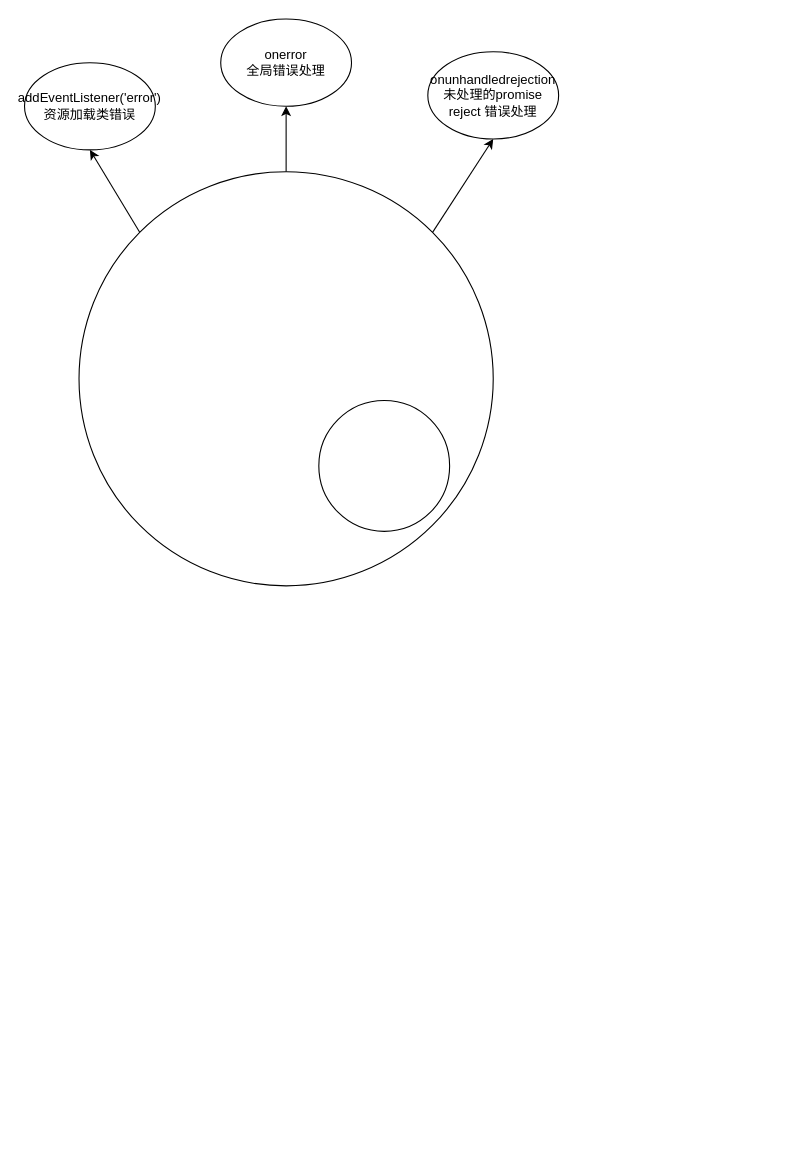
This is 错误处理相关图片.drawio from chaijinsong/draw.io, a draw.io file, before an edit. Source tidied: cells renumbered, new cells numbered last; positions are measured from the earlier drawing's top-left corner, leaving out a move shared by most shapes. Both pictures are drawn from the tidied source at 109%, with x=0, y=0 at pixel (24, 19).
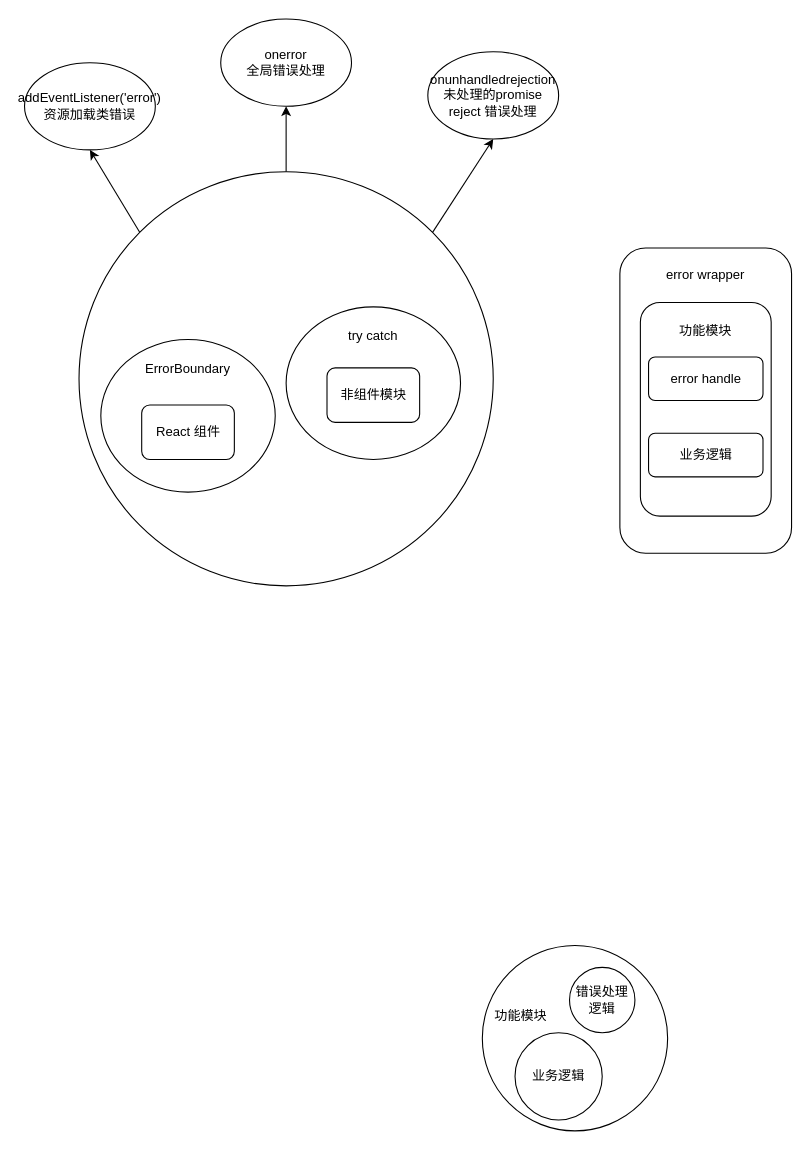
The same diagram, later.

Commit message (it also covers changes not shown here):
更新错误处理相关图片.drawio

Diff of the diagram source:
```diff
@@
-    <mxCell id="6" style="ellipse;whiteSpace=wrap;html=1;" parent="1" vertex="1">
-      <mxGeometry x="270" y="350" width="120" height="120" as="geometry" />
-    </mxCell>
@@
+    <mxCell id="10" value="ErrorBoundary&lt;div&gt;&lt;br&gt;&lt;/div&gt;&lt;div&gt;&lt;br&gt;&lt;/div&gt;&lt;div&gt;&lt;br&gt;&lt;/div&gt;&lt;div&gt;&lt;br&gt;&lt;/div&gt;&lt;div&gt;&lt;br&gt;&lt;/div&gt;&lt;div&gt;&lt;br&gt;&lt;/div&gt;" style="ellipse;whiteSpace=wrap;html=1;" parent="1" vertex="1">
+      <mxGeometry x="70" y="294" width="160" height="140" as="geometry" />
+    </mxCell>
+    <mxCell id="11" value="try catch&lt;div&gt;&lt;br&gt;&lt;/div&gt;&lt;div&gt;&lt;br&gt;&lt;/div&gt;&lt;div&gt;&lt;br&gt;&lt;/div&gt;&lt;div&gt;&lt;br&gt;&lt;/div&gt;&lt;div&gt;&lt;br&gt;&lt;/div&gt;&lt;div&gt;&lt;br&gt;&lt;/div&gt;" style="ellipse;whiteSpace=wrap;html=1;" parent="1" vertex="1">
+      <mxGeometry x="240" y="264" width="160" height="140" as="geometry" />
+    </mxCell>
+    <mxCell id="12" value="React 组件" style="rounded=1;whiteSpace=wrap;html=1;" parent="1" vertex="1">
+      <mxGeometry x="107.5" y="354" width="85" height="50" as="geometry" />
+    </mxCell>
+    <mxCell id="13" value="非组件模块" style="rounded=1;whiteSpace=wrap;html=1;" parent="1" vertex="1">
+      <mxGeometry x="277.5" y="320" width="85" height="50" as="geometry" />
+    </mxCell>
+    <mxCell id="14" value="error wrapper&lt;div&gt;&lt;br&gt;&lt;/div&gt;&lt;div&gt;&lt;br&gt;&lt;/div&gt;&lt;div&gt;&lt;br&gt;&lt;/div&gt;&lt;div&gt;&lt;br&gt;&lt;/div&gt;&lt;div&gt;&lt;br&gt;&lt;/div&gt;&lt;div&gt;&lt;br&gt;&lt;/div&gt;&lt;div&gt;&lt;br&gt;&lt;/div&gt;&lt;div&gt;&lt;br&gt;&lt;/div&gt;&lt;div&gt;&lt;br&gt;&lt;/div&gt;&lt;div&gt;&lt;br&gt;&lt;/div&gt;&lt;div&gt;&lt;br&gt;&lt;/div&gt;&lt;div&gt;&lt;br&gt;&lt;/div&gt;&lt;div&gt;&lt;br&gt;&lt;/div&gt;&lt;div&gt;&lt;br&gt;&lt;/div&gt;&lt;div&gt;&lt;br&gt;&lt;/div&gt;&lt;div&gt;&lt;br&gt;&lt;/div&gt;" style="rounded=1;whiteSpace=wrap;html=1;" parent="1" vertex="1">
+      <mxGeometry x="546.2" y="210" width="157.5" height="280" as="geometry" />
+    </mxCell>
+    <mxCell id="15" value="功能模块&lt;div&gt;&lt;br&gt;&lt;/div&gt;&lt;div&gt;&lt;br&gt;&lt;/div&gt;&lt;div&gt;&lt;br&gt;&lt;/div&gt;&lt;div&gt;&lt;br&gt;&lt;/div&gt;&lt;div&gt;&lt;br&gt;&lt;/div&gt;&lt;div&gt;&lt;br&gt;&lt;/div&gt;&lt;div&gt;&lt;br&gt;&lt;/div&gt;&lt;div&gt;&lt;br&gt;&lt;/div&gt;&lt;div&gt;&lt;br&gt;&lt;/div&gt;&lt;div&gt;&lt;br&gt;&lt;/div&gt;" style="rounded=1;whiteSpace=wrap;html=1;" parent="1" vertex="1">
+      <mxGeometry x="565" y="260" width="120" height="196" as="geometry" />
+    </mxCell>
+    <mxCell id="16" value="error handle" style="rounded=1;whiteSpace=wrap;html=1;" parent="1" vertex="1">
+      <mxGeometry x="572.5" y="310" width="105" height="40" as="geometry" />
+    </mxCell>
+    <mxCell id="17" value="业务逻辑" style="rounded=1;whiteSpace=wrap;html=1;" parent="1" vertex="1">
+      <mxGeometry x="572.5" y="380" width="105" height="40" as="geometry" />
+    </mxCell>
+    <mxCell id="18" style="ellipse;whiteSpace=wrap;html=1;" parent="1" vertex="1">
+      <mxGeometry x="420" y="850" width="170" height="170" as="geometry" />
+    </mxCell>
+    <mxCell id="19" value="业务逻辑" style="ellipse;whiteSpace=wrap;html=1;" parent="1" vertex="1">
+      <mxGeometry x="450" y="930" width="80" height="80" as="geometry" />
+    </mxCell>
+    <mxCell id="20" value="功能模块" style="text;html=1;align=center;verticalAlign=middle;strokeColor=none;fillColor=none;" parent="1" vertex="1">
+      <mxGeometry x="420" y="900" width="70" height="30" as="geometry" />
+    </mxCell>
+    <mxCell id="21" value="错误处理逻辑" style="ellipse;whiteSpace=wrap;html=1;" parent="1" vertex="1">
+      <mxGeometry x="500" y="870" width="60" height="60" as="geometry" />
+    </mxCell>
```
